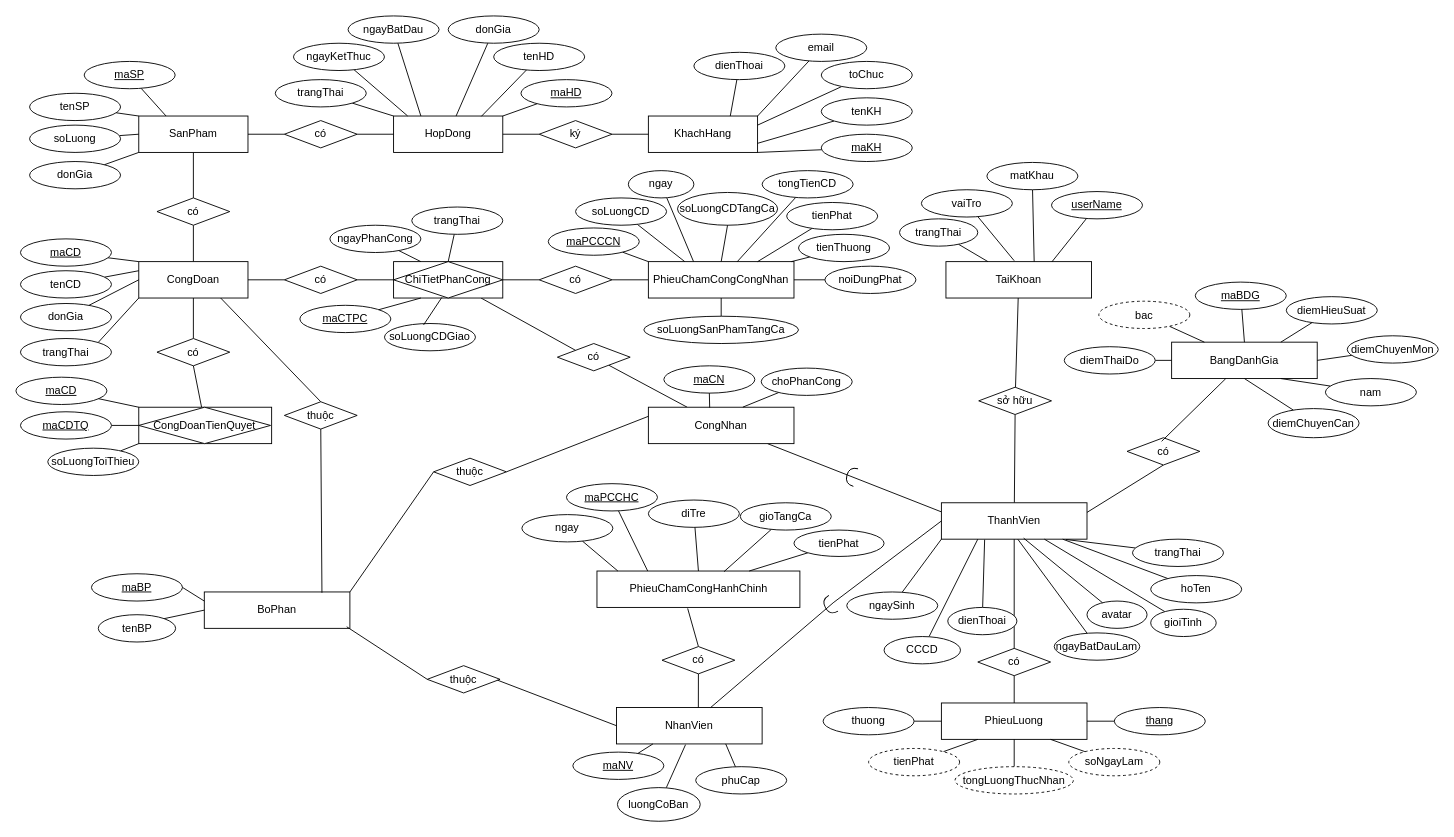
Above: page "EER" (3 of 3) of diagrams/diagrams.drawio in TomTom2k/-management-of-a-ceramic-processing-company (draw.io), before the change. Source tidied: cells renumbered, new cells numbered last; positions are measured from the earlier drawing's top-left corner, leaving out a move shared by most shapes. Both pictures are drawn from the tidied source at 91%, with x=0, y=0 at pixel (15, 15).
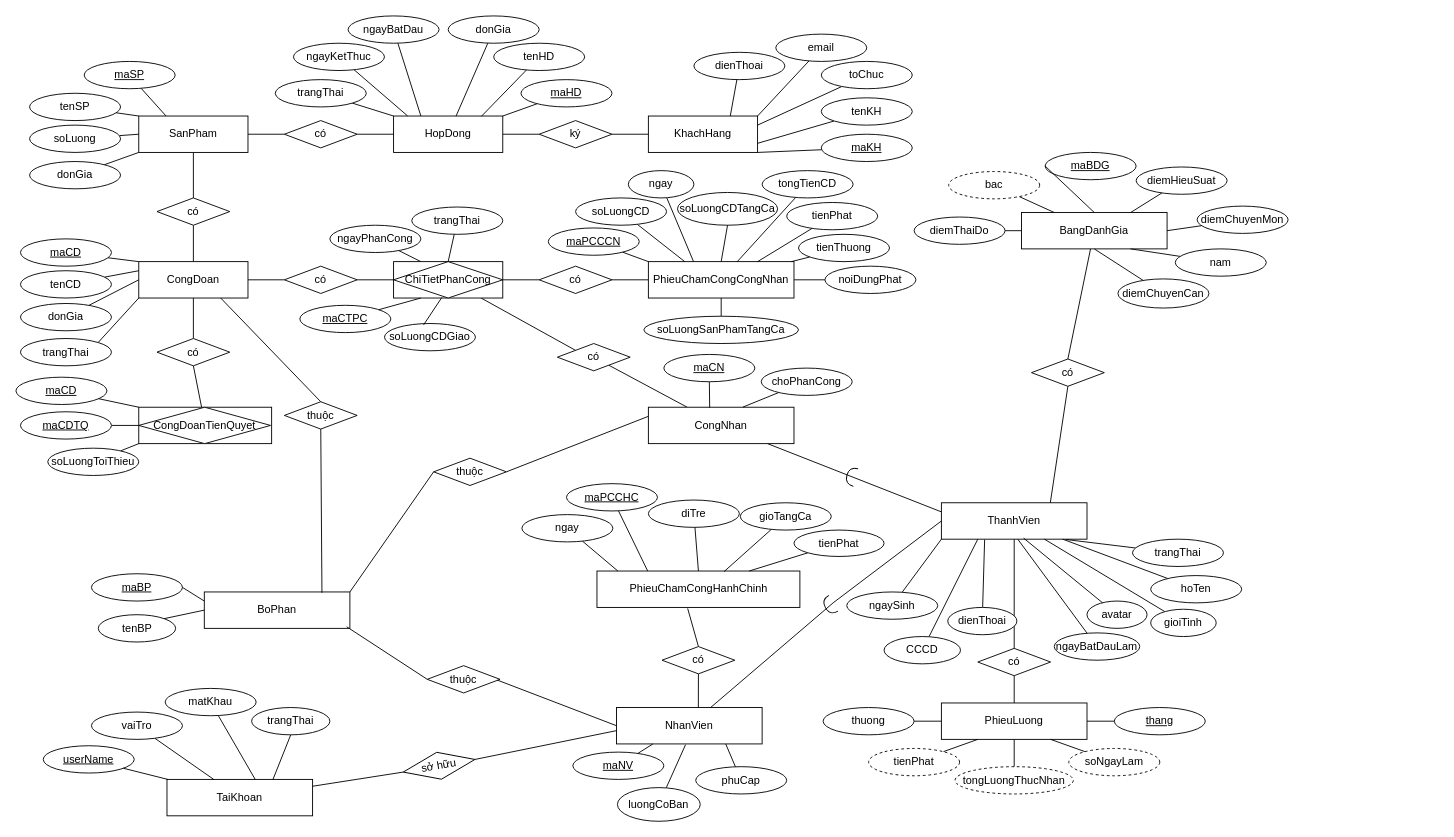
After the change.

The change refers to these unchanged cells:
```xml
<mxCell id="33" value="NhanVien" style="rounded=0;whiteSpace=wrap;html=1;fillColor=default;strokeColor=default;" parent="1" vertex="1">
  <mxGeometry x="660" y="760" width="160" height="40" as="geometry" />
</mxCell>
<mxCell id="41" value="ThanhVien" style="rounded=0;whiteSpace=wrap;html=1;" parent="1" vertex="1">
  <mxGeometry x="1017" y="535" width="160" height="40" as="geometry" />
</mxCell>
```

What changed in the source:
```diff
@@
     <mxCell id="36" value="TaiKhoan" style="rounded=0;whiteSpace=wrap;html=1;" parent="1" vertex="1">
-      <mxGeometry x="1022" y="270" width="160" height="40" as="geometry" />
+      <mxGeometry x="166" y="839" width="160" height="40" as="geometry" />
     </mxCell>
@@
     <mxCell id="38" value="BangDanhGia" style="rounded=0;whiteSpace=wrap;html=1;fillColor=default;strokeColor=default;" parent="1" vertex="1">
-      <mxGeometry x="1270" y="358.5" width="160" height="40" as="geometry" />
+      <mxGeometry x="1105" y="216" width="160" height="40" as="geometry" />
     </mxCell>
@@
-    <mxCell id="40" style="rounded=0;jettySize=auto;html=1;entryX=0.5;entryY=1;entryDx=0;entryDy=0;endArrow=none;endFill=0;" parent="1" edge="1" source="41" target="45">
+    <mxCell id="40" style="rounded=0;jettySize=auto;html=1;entryX=1;entryY=0.5;entryDx=0;entryDy=0;endArrow=none;endFill=0;exitX=0.002;exitY=0.633;exitDx=0;exitDy=0;exitPerimeter=0;" parent="1" edge="1" source="33" target="45">
       <mxGeometry relative="1" as="geometry" />
     </mxCell>
@@
-    <mxCell id="44" style="rounded=0;jettySize=auto;html=1;endArrow=none;endFill=0;" parent="1" edge="1" source="45" target="36">
+    <mxCell id="44" style="rounded=0;jettySize=auto;html=1;endArrow=none;endFill=0;exitX=0;exitY=0.5;exitDx=0;exitDy=0;" parent="1" edge="1" source="45" target="36">
       <mxGeometry relative="1" as="geometry" />
     </mxCell>
-    <mxCell id="45" value="sở hữu" style="rhombus;whiteSpace=wrap;html=1;" parent="1" vertex="1">
-      <mxGeometry x="1058" y="408" width="80" height="30" as="geometry" />
+    <mxCell id="45" value="sở hữu" style="rhombus;whiteSpace=wrap;html=1;rotation=-10;" parent="1" vertex="1">
+      <mxGeometry x="425" y="809" width="80" height="30" as="geometry" />
     </mxCell>
@@
     <mxCell id="47" value="có" style="rhombus;whiteSpace=wrap;html=1;" parent="1" vertex="1">
-      <mxGeometry x="1221" y="463.5" width="80" height="30" as="geometry" />
+      <mxGeometry x="1116" y="377" width="80" height="30" as="geometry" />
     </mxCell>
-    <mxCell id="48" style="edgeStyle=none;rounded=0;jettySize=auto;html=1;endArrow=none;endFill=0;entryX=0.475;entryY=0.133;entryDx=0;entryDy=0;entryPerimeter=0;" parent="1" edge="1" source="38" target="47">
+    <mxCell id="48" style="edgeStyle=none;rounded=0;jettySize=auto;html=1;endArrow=none;endFill=0;entryX=0.5;entryY=0;entryDx=0;entryDy=0;" parent="1" edge="1" source="38" target="47">
       <mxGeometry relative="1" as="geometry" />
     </mxCell>
@@
-    <mxCell id="51" style="rounded=0;jettySize=auto;html=1;entryX=0.727;entryY=0.01;entryDx=0;entryDy=0;endArrow=none;endFill=0;entryPerimeter=0;" parent="1" edge="1" source="52" target="36">
+    <mxCell id="51" style="rounded=0;jettySize=auto;html=1;entryX=0.727;entryY=0.01;entryDx=0;entryDy=0;endArrow=none;endFill=0;entryPerimeter=0;exitX=0.5;exitY=1;exitDx=0;exitDy=0;" parent="1" edge="1" source="58" target="36">
       <mxGeometry relative="1" as="geometry" />
     </mxCell>
     <mxCell id="52" value="userName" style="ellipse;whiteSpace=wrap;html=1;align=center;fontStyle=4;" parent="1" vertex="1">
-      <mxGeometry x="1138" y="193" width="100" height="30" as="geometry" />
+      <mxGeometry x="30" y="802" width="100" height="30" as="geometry" />
     </mxCell>
@@
     <mxCell id="54" value="matKhau" style="ellipse;whiteSpace=wrap;html=1;align=center;" parent="1" vertex="1">
-      <mxGeometry x="1067" y="161" width="100" height="30" as="geometry" />
+      <mxGeometry x="164" y="739" width="100" height="30" as="geometry" />
     </mxCell>
-    <mxCell id="55" style="edgeStyle=none;rounded=0;jettySize=auto;html=1;endArrow=none;endFill=0;" parent="1" edge="1" source="56">
-      <mxGeometry relative="1" as="geometry">
-        <mxPoint x="1097" y="269" as="targetPoint" />
-      </mxGeometry>
+    <mxCell id="55" style="edgeStyle=none;rounded=0;jettySize=auto;html=1;endArrow=none;endFill=0;" parent="1" edge="1" source="56" target="36">
+      <mxGeometry relative="1" as="geometry" />
     </mxCell>
     <mxCell id="56" value="vaiTro" style="ellipse;whiteSpace=wrap;html=1;align=center;" parent="1" vertex="1">
-      <mxGeometry x="995" y="191" width="100" height="30" as="geometry" />
+      <mxGeometry x="83" y="765" width="100" height="30" as="geometry" />
     </mxCell>
-    <mxCell id="57" style="edgeStyle=none;rounded=0;jettySize=auto;html=1;endArrow=none;endFill=0;" parent="1" edge="1" source="58" target="36">
+    <mxCell id="57" style="edgeStyle=none;rounded=0;jettySize=auto;html=1;endArrow=none;endFill=0;" parent="1" edge="1" source="52" target="36">
       <mxGeometry relative="1" as="geometry" />
     </mxCell>
     <mxCell id="58" value="trangThai" style="ellipse;whiteSpace=wrap;html=1;align=center;" parent="1" vertex="1">
-      <mxGeometry x="971" y="223" width="86" height="30" as="geometry" />
+      <mxGeometry x="259" y="760" width="86" height="30" as="geometry" />
     </mxCell>
@@
     <mxCell id="98" value="nam" style="ellipse;whiteSpace=wrap;html=1;align=center;fontStyle=0;" parent="1" vertex="1">
-      <mxGeometry x="1439" y="398.5" width="100" height="30" as="geometry" />
+      <mxGeometry x="1274" y="256" width="100" height="30" as="geometry" />
     </mxCell>
@@
     <mxCell id="100" value="diemChuyenCan" style="ellipse;whiteSpace=wrap;html=1;align=center;" parent="1" vertex="1">
-      <mxGeometry x="1376" y="431.5" width="100" height="32" as="geometry" />
+      <mxGeometry x="1211" y="289" width="100" height="32" as="geometry" />
     </mxCell>
@@
     <mxCell id="102" value="diemChuyenMon" style="ellipse;whiteSpace=wrap;html=1;align=center;" parent="1" vertex="1">
-      <mxGeometry x="1463" y="351.5" width="100" height="30" as="geometry" />
+      <mxGeometry x="1298" y="209" width="100" height="30" as="geometry" />
     </mxCell>
@@
     <mxCell id="104" value="diemThaiDo" style="ellipse;whiteSpace=wrap;html=1;align=center;" parent="1" vertex="1">
-      <mxGeometry x="1152" y="363.5" width="100" height="30" as="geometry" />
+      <mxGeometry x="987" y="221" width="100" height="30" as="geometry" />
     </mxCell>
@@
     <mxCell id="106" value="diemHieuSuat" style="ellipse;whiteSpace=wrap;html=1;align=center;" parent="1" vertex="1">
-      <mxGeometry x="1396" y="308.5" width="100" height="30" as="geometry" />
+      <mxGeometry x="1231" y="166" width="100" height="30" as="geometry" />
     </mxCell>
@@
     <mxCell id="108" value="bac" style="ellipse;whiteSpace=wrap;html=1;align=center;fillStyle=auto;dashed=1;" parent="1" vertex="1">
-      <mxGeometry x="1190" y="313.5" width="100" height="30" as="geometry" />
+      <mxGeometry x="1025" y="171" width="100" height="30" as="geometry" />
     </mxCell>
@@
     <mxCell id="110" value="maCN" style="ellipse;whiteSpace=wrap;html=1;align=center;fontStyle=4;" parent="1" vertex="1">
-      <mxGeometry x="712" y="384.5" width="100" height="30" as="geometry" />
+      <mxGeometry x="712" y="372" width="100" height="30" as="geometry" />
     </mxCell>
@@
     <mxCell id="176" value="maBDG" style="ellipse;whiteSpace=wrap;html=1;align=center;fontStyle=4;" parent="1" vertex="1">
-      <mxGeometry x="1296" y="292.5" width="100" height="30" as="geometry" />
+      <mxGeometry x="1131" y="150" width="100" height="30" as="geometry" />
     </mxCell>
-    <mxCell id="177" style="rounded=0;jettySize=auto;html=1;entryX=0.5;entryY=0;entryDx=0;entryDy=0;endArrow=none;endFill=0;" parent="1" edge="1" source="176" target="38">
+    <mxCell id="177" style="rounded=0;jettySize=auto;html=1;entryX=0.5;entryY=0;entryDx=0;entryDy=0;endArrow=none;endFill=0;exitX=0;exitY=0.5;exitDx=0;exitDy=0;" parent="1" edge="1" source="176" target="38">
       <mxGeometry relative="1" as="geometry" />
     </mxCell>
```
